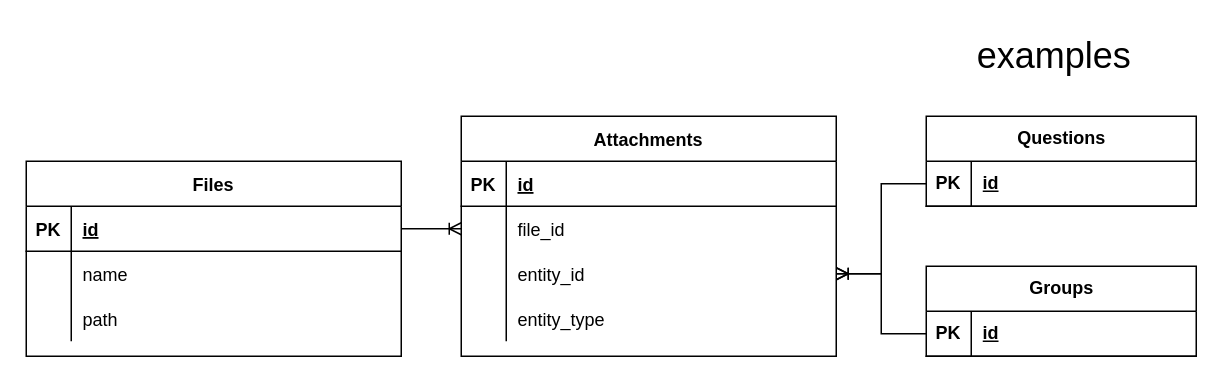
andrew-atef/andrew-atef keeps this draw.io diagram as File Manager.drawio. Above is the earlier version. Source tidied: cells renumbered, new cells numbered last; positions are measured from the earlier drawing's top-left corner, leaving out a move shared by most shapes. Both pictures are drawn from the tidied source at 150%, with x=0, y=0 at pixel (26, 26).
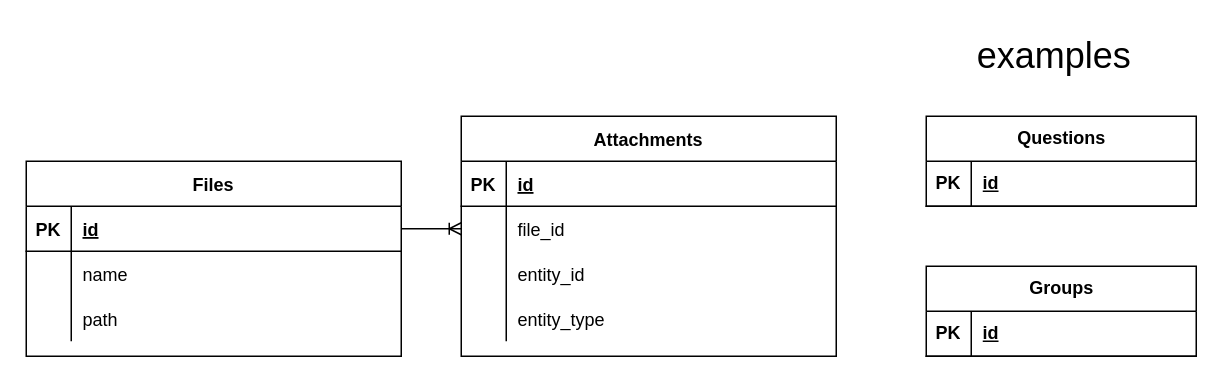
The same page after the edit.

The change refers to these unchanged cells:
```xml
<mxCell id="19" style="shape=partialRectangle;fillColor=none;points=[[0,0.5],[1,0.5]];portConstraint=eastwest;top=0;left=0;right=0;bottom=0;" parent="12" vertex="1">
  <mxGeometry y="90" width="250" height="30" as="geometry" />
</mxCell>
<mxCell id="26" style="shape=tableRow;horizontal=0;startSize=0;swimlaneHead=0;swimlaneBody=0;fillColor=none;points=[[0,0.5],[1,0.5]];portConstraint=eastwest;top=0;left=0;right=0;bottom=1;" parent="25" vertex="1">
  <mxGeometry y="30" width="180" height="30" as="geometry" />
</mxCell>
<mxCell id="30" style="shape=tableRow;horizontal=0;startSize=0;swimlaneHead=0;swimlaneBody=0;fillColor=none;points=[[0,0.5],[1,0.5]];portConstraint=eastwest;top=0;left=0;right=0;bottom=1;" parent="29" vertex="1">
  <mxGeometry y="30" width="180" height="30" as="geometry" />
</mxCell>
```

Change to the diagram source:
```diff
@@
-    <mxCell id="34" style="edgeStyle=entityRelationEdgeStyle;fontSize=12;html=1;endArrow=ERoneToMany;rounded=0;exitX=0;exitY=0.5;exitDx=0;exitDy=0;entryX=1;entryY=0.5;entryDx=0;entryDy=0;" parent="1" edge="1" source="26" target="19">
-      <mxGeometry relative="1" as="geometry" />
-    </mxCell>
-    <mxCell id="35" style="edgeStyle=entityRelationEdgeStyle;fontSize=12;html=1;endArrow=ERoneToMany;rounded=0;exitX=0;exitY=0.5;exitDx=0;exitDy=0;entryX=1;entryY=0.5;entryDx=0;entryDy=0;" parent="1" edge="1" source="30" target="19">
-      <mxGeometry relative="1" as="geometry" />
-    </mxCell>
```
